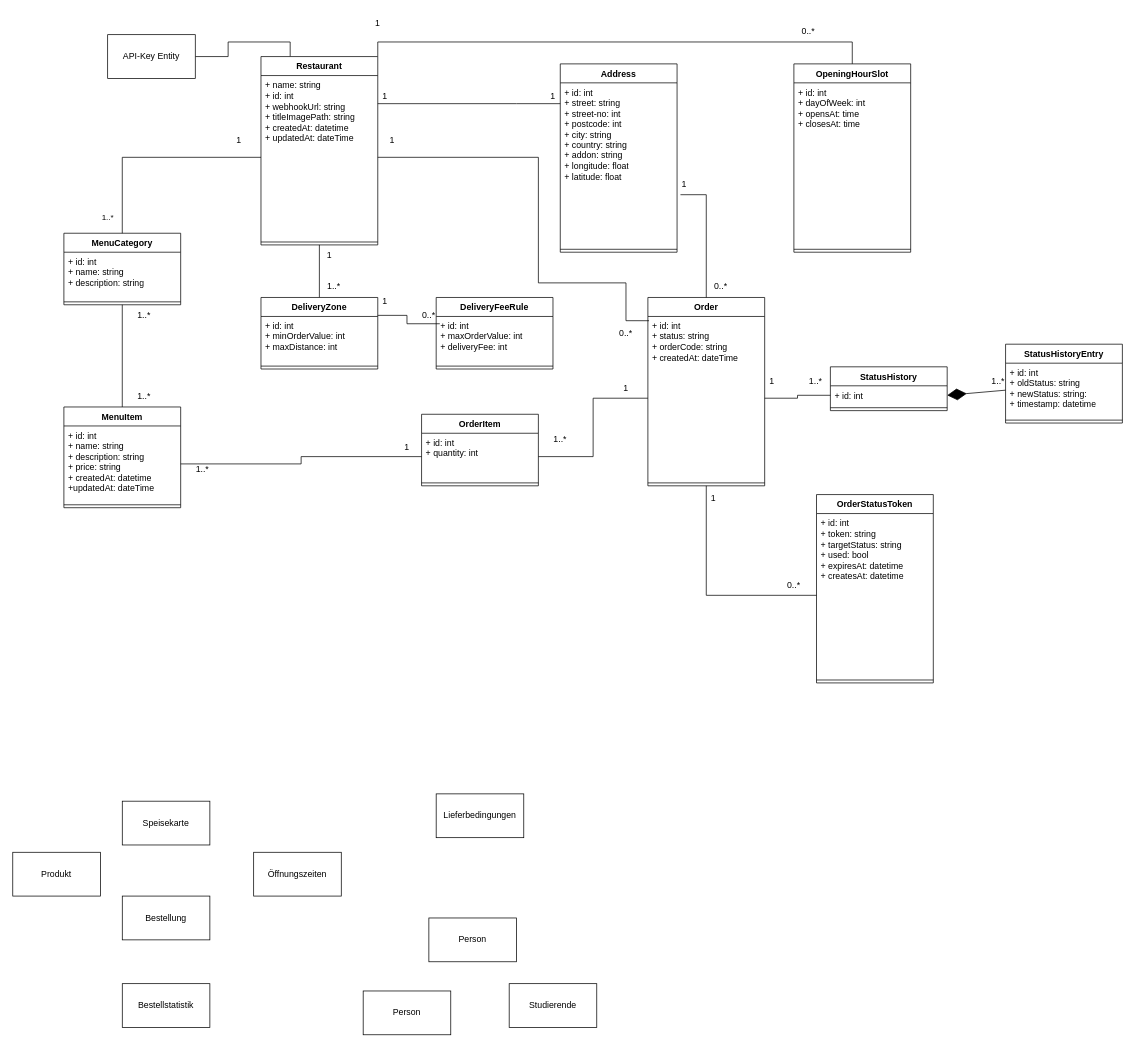
The draw.io diagram docs/UML-Diagramm_db.drawio in merlibird/bite-project, before the edit. Source tidied: cells renumbered, new cells numbered last; positions are measured from the earlier drawing's top-left corner, leaving out a move shared by most shapes. Both pictures are drawn from the tidied source at 73%, with x=0, y=0 at pixel (12, 12).
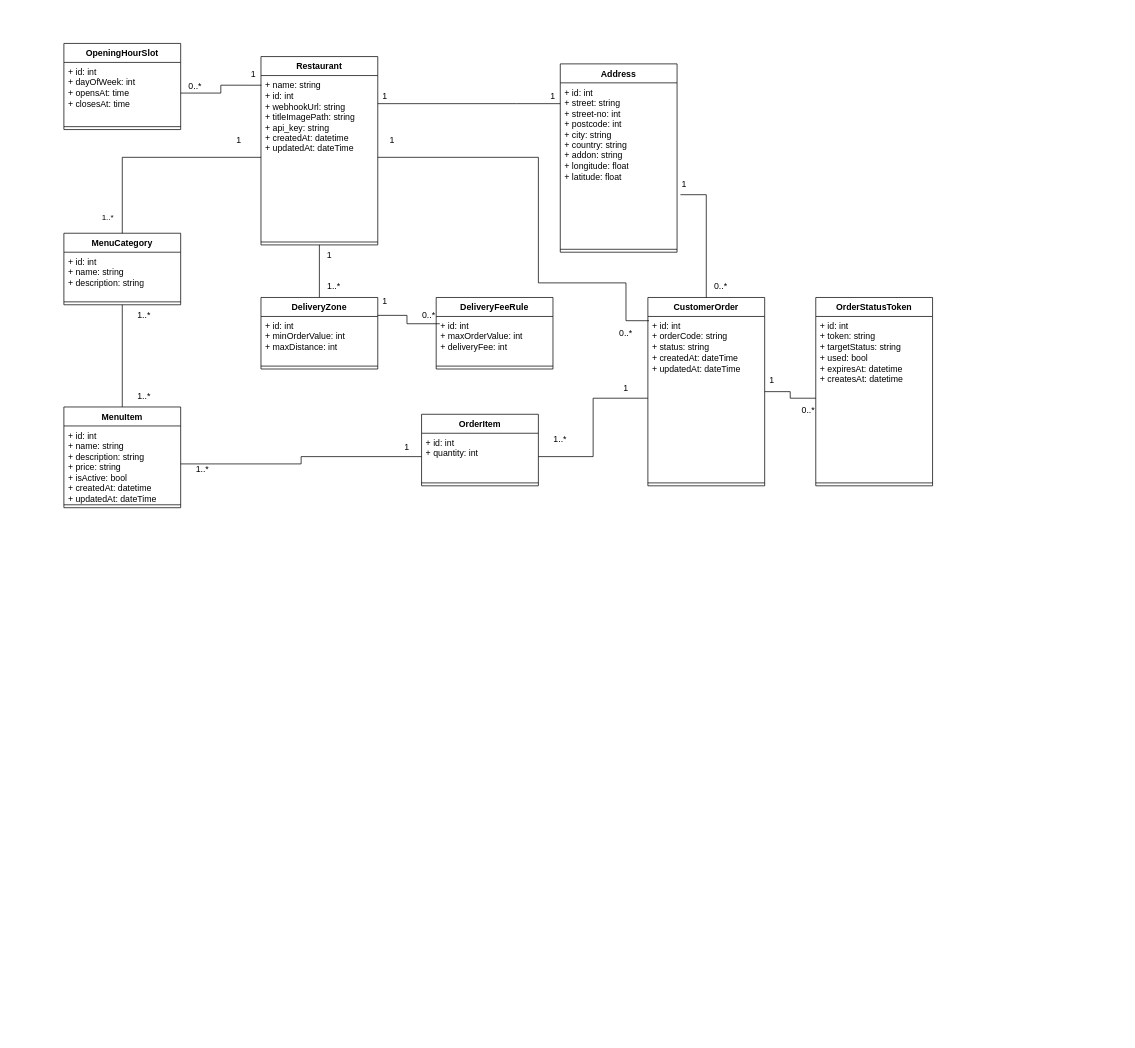
After the change.

The change refers to these unchanged cells:
```xml
<mxCell id="13" value="Restaurant" style="swimlane;fontStyle=1;align=center;verticalAlign=top;horizontal=1;startSize=26;whiteSpace=wrap;html=1;" parent="1" vertex="1">
  <mxGeometry x="340" y="60" width="160" height="258" as="geometry" />
</mxCell>
<mxCell id="38" value="MenuItem" style="swimlane;fontStyle=1;align=center;verticalAlign=top;horizontal=1;startSize=26;whiteSpace=wrap;html=1;" parent="1" vertex="1">
  <mxGeometry x="70" y="540" width="160" height="138" as="geometry" />
</mxCell>
```

What changed in the source:
```diff
@@
-    <mxCell id="2" value="Öffnungszeiten" style="rounded=0;whiteSpace=wrap;html=1;" parent="1" vertex="1">
-      <mxGeometry x="330" y="1150" width="120" height="60" as="geometry" />
-    </mxCell>
-    <mxCell id="3" value="Lieferbedingungen" style="rounded=0;whiteSpace=wrap;html=1;" parent="1" vertex="1">
-      <mxGeometry x="580" y="1070" width="120" height="60" as="geometry" />
-    </mxCell>
-    <mxCell id="4" value="Person" style="rounded=0;whiteSpace=wrap;html=1;" parent="1" vertex="1">
-      <mxGeometry x="570" y="1240" width="120" height="60" as="geometry" />
-    </mxCell>
-    <mxCell id="5" value="Studierende" style="rounded=0;whiteSpace=wrap;html=1;" parent="1" vertex="1">
-      <mxGeometry x="680" y="1330" width="120" height="60" as="geometry" />
-    </mxCell>
-    <mxCell id="6" value="Produkt" style="rounded=0;whiteSpace=wrap;html=1;" parent="1" vertex="1">
-      <mxGeometry y="1150" width="120" height="60" as="geometry" />
-    </mxCell>
-    <mxCell id="7" value="Speisekarte" style="rounded=0;whiteSpace=wrap;html=1;" parent="1" vertex="1">
-      <mxGeometry x="150" y="1080" width="120" height="60" as="geometry" />
-    </mxCell>
-    <mxCell id="8" value="Bestellung" style="rounded=0;whiteSpace=wrap;html=1;" parent="1" vertex="1">
-      <mxGeometry x="150" y="1210" width="120" height="60" as="geometry" />
-    </mxCell>
-    <mxCell id="9" value="Bestellstatistik" style="rounded=0;whiteSpace=wrap;html=1;" parent="1" vertex="1">
-      <mxGeometry x="150" y="1330" width="120" height="60" as="geometry" />
-    </mxCell>
-    <mxCell id="10" value="Person" style="rounded=0;whiteSpace=wrap;html=1;" parent="1" vertex="1">
-      <mxGeometry x="480" y="1340" width="120" height="60" as="geometry" />
-    </mxCell>
-    <mxCell id="11" style="edgeStyle=orthogonalEdgeStyle;rounded=0;jettySize=auto;html=1;exitX=1;exitY=0;exitDx=0;exitDy=0;entryX=0.5;entryY=0;entryDx=0;entryDy=0;endArrow=none;endFill=0;" parent="1" edge="1" source="13" target="16">
-      <mxGeometry relative="1" as="geometry" />
-    </mxCell>
-    <mxCell id="12" style="edgeStyle=orthogonalEdgeStyle;rounded=0;jettySize=auto;html=1;exitX=0.25;exitY=0;exitDx=0;exitDy=0;entryX=1;entryY=0.5;entryDx=0;entryDy=0;endArrow=none;endFill=0;" parent="1" edge="1" source="13" target="21">
-      <mxGeometry relative="1" as="geometry" />
-    </mxCell>
@@
-    <mxCell id="14" value="+ name: string&lt;div&gt;+ id: int&lt;div&gt;&lt;span style=&quot;background-color: transparent; color: light-dark(rgb(0, 0, 0), rgb(255, 255, 255));&quot;&gt;+ webhookUrl: string&lt;/span&gt;&lt;/div&gt;&lt;/div&gt;&lt;div&gt;+ titleImagePath: string&lt;/div&gt;&lt;div&gt;+ createdAt: datetime&lt;/div&gt;&lt;div&gt;+ updatedAt: dateTime&lt;/div&gt;" style="text;strokeColor=none;fillColor=none;align=left;verticalAlign=top;spacingLeft=4;spacingRight=4;overflow=hidden;points=[[0,0.5],[1,0.5]];portConstraint=eastwest;whiteSpace=wrap;html=1;" parent="13" vertex="1">
+    <mxCell id="14" value="+ name: string&lt;div&gt;+ id: int&lt;div&gt;&lt;span style=&quot;background-color: transparent; color: light-dark(rgb(0, 0, 0), rgb(255, 255, 255));&quot;&gt;+ webhookUrl: string&lt;/span&gt;&lt;/div&gt;&lt;/div&gt;&lt;div&gt;+ titleImagePath: string&lt;/div&gt;&lt;div&gt;+ api_key: string&lt;/div&gt;&lt;div&gt;+ createdAt: datetime&lt;/div&gt;&lt;div&gt;+ updatedAt: dateTime&lt;/div&gt;" style="text;strokeColor=none;fillColor=none;align=left;verticalAlign=top;spacingLeft=4;spacingRight=4;overflow=hidden;points=[[0,0.5],[1,0.5]];portConstraint=eastwest;whiteSpace=wrap;html=1;" parent="13" vertex="1">
       <mxGeometry y="26" width="160" height="224" as="geometry" />
     </mxCell>
@@
     <mxCell id="16" value="OpeningHourSlot" style="swimlane;fontStyle=1;align=center;verticalAlign=top;horizontal=1;startSize=26;whiteSpace=wrap;html=1;" parent="1" vertex="1">
-      <mxGeometry x="1070" y="70" width="160" height="258" as="geometry" />
+      <mxGeometry x="70" y="42" width="160" height="118" as="geometry" />
     </mxCell>
     <mxCell id="17" value="+ id: int&lt;div&gt;+ dayOfWeek: int&amp;nbsp;&amp;nbsp;&lt;/div&gt;&lt;div&gt;+ opensAt: time&lt;/div&gt;&lt;div&gt;+ closesAt: time&amp;nbsp;&lt;/div&gt;&lt;div&gt;&lt;br&gt;&lt;/div&gt;" style="text;strokeColor=none;fillColor=none;align=left;verticalAlign=top;spacingLeft=4;spacingRight=4;overflow=hidden;points=[[0,0.5],[1,0.5]];portConstraint=eastwest;whiteSpace=wrap;html=1;" parent="16" vertex="1">
-      <mxGeometry y="26" width="160" height="224" as="geometry" />
+      <mxGeometry y="26" width="160" height="84" as="geometry" />
     </mxCell>
     <mxCell id="18" style="line;strokeWidth=1;fillColor=none;align=left;verticalAlign=middle;spacingTop=-1;spacingLeft=3;spacingRight=3;labelPosition=right;strokeColor=inherit;" parent="16" vertex="1">
-      <mxGeometry y="250" width="160" height="8" as="geometry" />
+      <mxGeometry y="110" width="160" height="8" as="geometry" />
     </mxCell>
     <mxCell id="19" value="0..*" style="text;html=1;whiteSpace=wrap;strokeColor=none;fillColor=none;align=center;verticalAlign=middle;rounded=0;" parent="1" vertex="1">
-      <mxGeometry x="1060" y="10" width="60" height="30" as="geometry" />
+      <mxGeometry x="220" y="86" width="60" height="30" as="geometry" />
     </mxCell>
     <mxCell id="20" value="1" style="text;html=1;whiteSpace=wrap;strokeColor=none;fillColor=none;align=center;verticalAlign=middle;rounded=0;" parent="1" vertex="1">
-      <mxGeometry x="470" width="60" height="30" as="geometry" />
+      <mxGeometry x="300" y="70" width="60" height="30" as="geometry" />
     </mxCell>
-    <mxCell id="21" value="API-Key Entity" style="rounded=0;whiteSpace=wrap;html=1;" parent="1" vertex="1">
-      <mxGeometry x="130" y="30" width="120" height="60" as="geometry" />
-    </mxCell>
@@
-    <mxCell id="39" value="+ id: int&lt;div&gt;+ name: string&lt;/div&gt;&lt;div&gt;+ description: string&lt;/div&gt;&lt;div&gt;+ price: string&lt;/div&gt;&lt;div&gt;+ createdAt: datetime&lt;/div&gt;&lt;div&gt;+updatedAt: dateTime&lt;/div&gt;" style="text;strokeColor=none;fillColor=none;align=left;verticalAlign=top;spacingLeft=4;spacingRight=4;overflow=hidden;points=[[0,0.5],[1,0.5]];portConstraint=eastwest;whiteSpace=wrap;html=1;" parent="38" vertex="1">
+    <mxCell id="39" value="+ id: int&lt;div&gt;+ name: string&lt;/div&gt;&lt;div&gt;+ description: string&lt;/div&gt;&lt;div&gt;+ price: string&lt;/div&gt;&lt;div&gt;+ isActive: bool&lt;/div&gt;&lt;div&gt;+ createdAt: datetime&lt;/div&gt;&lt;div&gt;+ updatedAt: dateTime&lt;/div&gt;" style="text;strokeColor=none;fillColor=none;align=left;verticalAlign=top;spacingLeft=4;spacingRight=4;overflow=hidden;points=[[0,0.5],[1,0.5]];portConstraint=eastwest;whiteSpace=wrap;html=1;" parent="38" vertex="1">
       <mxGeometry y="26" width="160" height="104" as="geometry" />
     </mxCell>
@@
-    <mxCell id="51" value="Order" style="swimlane;fontStyle=1;align=center;verticalAlign=top;horizontal=1;startSize=26;whiteSpace=wrap;html=1;" parent="1" vertex="1">
+    <mxCell id="51" value="CustomerOrder" style="swimlane;fontStyle=1;align=center;verticalAlign=top;horizontal=1;startSize=26;whiteSpace=wrap;html=1;" parent="1" vertex="1">
       <mxGeometry x="870" y="390" width="160" height="258" as="geometry" />
     </mxCell>
-    <mxCell id="52" value="+ id: int&lt;br&gt;&lt;div&gt;+ status: string&lt;/div&gt;&lt;div&gt;+ orderCode: string&lt;/div&gt;&lt;div&gt;+ createdAt: dateTime&lt;/div&gt;" style="text;strokeColor=none;fillColor=none;align=left;verticalAlign=top;spacingLeft=4;spacingRight=4;overflow=hidden;points=[[0,0.5],[1,0.5]];portConstraint=eastwest;whiteSpace=wrap;html=1;" parent="51" vertex="1">
+    <mxCell id="52" value="+ id: int&lt;div&gt;+ orderCode: string&lt;br&gt;&lt;div&gt;+ status: string&lt;/div&gt;&lt;div&gt;+ createdAt: dateTime&lt;/div&gt;&lt;/div&gt;&lt;div&gt;+ updatedAt: dateTime&lt;/div&gt;" style="text;strokeColor=none;fillColor=none;align=left;verticalAlign=top;spacingLeft=4;spacingRight=4;overflow=hidden;points=[[0,0.5],[1,0.5]];portConstraint=eastwest;whiteSpace=wrap;html=1;" parent="51" vertex="1">
       <mxGeometry y="26" width="160" height="224" as="geometry" />
     </mxCell>
@@
-    <mxCell id="62" value="StatusHistory" style="swimlane;fontStyle=1;align=center;verticalAlign=top;horizontal=1;startSize=26;whiteSpace=wrap;html=1;" parent="1" vertex="1">
-      <mxGeometry x="1120" y="485" width="160" height="60" as="geometry" />
-    </mxCell>
-    <mxCell id="63" value="+ id: int&amp;nbsp;&lt;div&gt;&lt;br&gt;&lt;/div&gt;" style="text;strokeColor=none;fillColor=none;align=left;verticalAlign=top;spacingLeft=4;spacingRight=4;overflow=hidden;points=[[0,0.5],[1,0.5]];portConstraint=eastwest;whiteSpace=wrap;html=1;" parent="62" vertex="1">
-      <mxGeometry y="26" width="160" height="26" as="geometry" />
-    </mxCell>
-    <mxCell id="64" style="line;strokeWidth=1;fillColor=none;align=left;verticalAlign=middle;spacingTop=-1;spacingLeft=3;spacingRight=3;labelPosition=right;strokeColor=inherit;" parent="62" vertex="1">
-      <mxGeometry y="52" width="160" height="8" as="geometry" />
-    </mxCell>
@@
-    <mxCell id="72" style="edgeStyle=orthogonalEdgeStyle;rounded=0;jettySize=auto;html=1;endArrow=none;endFill=0;" parent="1" edge="1" source="52" target="63">
-      <mxGeometry relative="1" as="geometry" />
-    </mxCell>
-    <mxCell id="73" value="1..*" style="text;html=1;whiteSpace=wrap;strokeColor=none;fillColor=none;align=center;verticalAlign=middle;rounded=0;" parent="1" vertex="1">
-      <mxGeometry x="1070" y="490" width="60" height="30" as="geometry" />
-    </mxCell>
-    <mxCell id="74" value="1" style="text;html=1;whiteSpace=wrap;strokeColor=none;fillColor=none;align=center;verticalAlign=middle;rounded=0;" parent="1" vertex="1">
-      <mxGeometry x="1010" y="490" width="60" height="30" as="geometry" />
-    </mxCell>
-    <mxCell id="75" value="StatusHistoryEntry" style="swimlane;fontStyle=1;align=center;verticalAlign=top;horizontal=1;startSize=26;whiteSpace=wrap;html=1;" parent="1" vertex="1">
-      <mxGeometry x="1360" y="454" width="160" height="108" as="geometry" />
-    </mxCell>
-    <mxCell id="76" value="+ id: int&amp;nbsp;&lt;div&gt;+ oldStatus: string&lt;/div&gt;&lt;div&gt;+ newStatus: string:&lt;/div&gt;&lt;div&gt;+ timestamp: datetime&lt;/div&gt;" style="text;strokeColor=none;fillColor=none;align=left;verticalAlign=top;spacingLeft=4;spacingRight=4;overflow=hidden;points=[[0,0.5],[1,0.5]];portConstraint=eastwest;whiteSpace=wrap;html=1;" parent="75" vertex="1">
-      <mxGeometry y="26" width="160" height="74" as="geometry" />
-    </mxCell>
-    <mxCell id="77" style="line;strokeWidth=1;fillColor=none;align=left;verticalAlign=middle;spacingTop=-1;spacingLeft=3;spacingRight=3;labelPosition=right;strokeColor=inherit;" parent="75" vertex="1">
-      <mxGeometry y="100" width="160" height="8" as="geometry" />
-    </mxCell>
-    <mxCell id="78" style="endArrow=diamondThin;endFill=1;endSize=24;html=1;rounded=0;exitX=0;exitY=0.5;exitDx=0;exitDy=0;entryX=1;entryY=0.5;entryDx=0;entryDy=0;" parent="1" edge="1" source="76" target="63">
-      <mxGeometry relative="1" as="geometry" />
-    </mxCell>
-    <mxCell id="79" value="1..*" style="text;html=1;whiteSpace=wrap;strokeColor=none;fillColor=none;align=center;verticalAlign=middle;rounded=0;" parent="1" vertex="1">
-      <mxGeometry x="1320" y="490" width="60" height="30" as="geometry" />
-    </mxCell>
     <mxCell id="80" value="OrderStatusToken" style="swimlane;fontStyle=1;align=center;verticalAlign=top;horizontal=1;startSize=26;whiteSpace=wrap;html=1;" parent="1" vertex="1">
-      <mxGeometry x="1101" y="660" width="160" height="258" as="geometry" />
+      <mxGeometry x="1100" y="390" width="160" height="258" as="geometry" />
     </mxCell>
@@
     <mxCell id="83" value="1" style="text;html=1;whiteSpace=wrap;strokeColor=none;fillColor=none;align=center;verticalAlign=middle;rounded=0;" parent="1" vertex="1">
-      <mxGeometry x="930" y="650" width="60" height="30" as="geometry" />
+      <mxGeometry x="1010" y="488" width="60" height="30" as="geometry" />
     </mxCell>
     <mxCell id="84" value="0..*" style="text;html=1;whiteSpace=wrap;strokeColor=none;fillColor=none;align=center;verticalAlign=middle;rounded=0;" parent="1" vertex="1">
-      <mxGeometry x="1040" y="770" width="60" height="30" as="geometry" />
+      <mxGeometry x="1060" y="530" width="60" height="30" as="geometry" />
     </mxCell>
@@
+    <mxCell id="86" style="edgeStyle=orthogonalEdgeStyle;rounded=0;jettySize=auto;html=1;exitX=1;exitY=0.5;exitDx=0;exitDy=0;entryX=0.004;entryY=0.059;entryDx=0;entryDy=0;entryPerimeter=0;endArrow=none;endFill=0;" parent="1" edge="1" source="17" target="14">
+      <mxGeometry relative="1" as="geometry" />
+    </mxCell>
```
